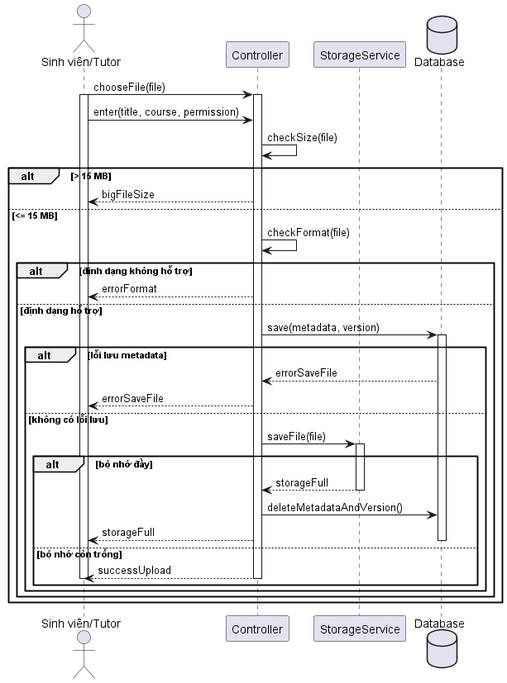
huynkien/Software_Engineering_Report keeps this PlantUML diagram as graphics/SequenceDiagram/Library/Seq_diagram_Upload.png. Above is the earlier version. Source of this version:
```plantuml
@startuml
actor       "Sinh viên/Tutor" as Actor
participant     "Controller"     as Controller
participant "StorageService"      as Collections
database    "Database"        as DB

Actor -> Controller ++: chooseFile(file)
activate Actor
Actor -> Controller: enter(title, course, permission)
Controller -> Controller : checkSize(file)
alt > 15 MB
    Controller --> Actor : bigFileSize
else <= 15 MB
    Controller -> Controller : checkFormat(file)
    alt định dạng không hỗ trợ
        Controller --> Actor : errorFormat
    else định dạng hỗ trợ
        Controller -> DB : save(metadata, version)
        activate DB
        alt lỗi lưu metadata
            DB --> Controller : errorSaveFile
            Controller --> Actor : errorSaveFile
        else không có lỗi lưu
            Controller -> Collections ++: saveFile(file)
            alt bộ nhớ đầy
                Collections --> Controller --: storageFull
                Controller ->  DB: deleteMetadataAndVersion()
                Controller --> Actor : storageFull
                deactivate DB
            else bộ nhớ còn trống
                Controller --> Actor --: successUpload
                deactivate Actor
            end
        end
    end
end
@enduml
```
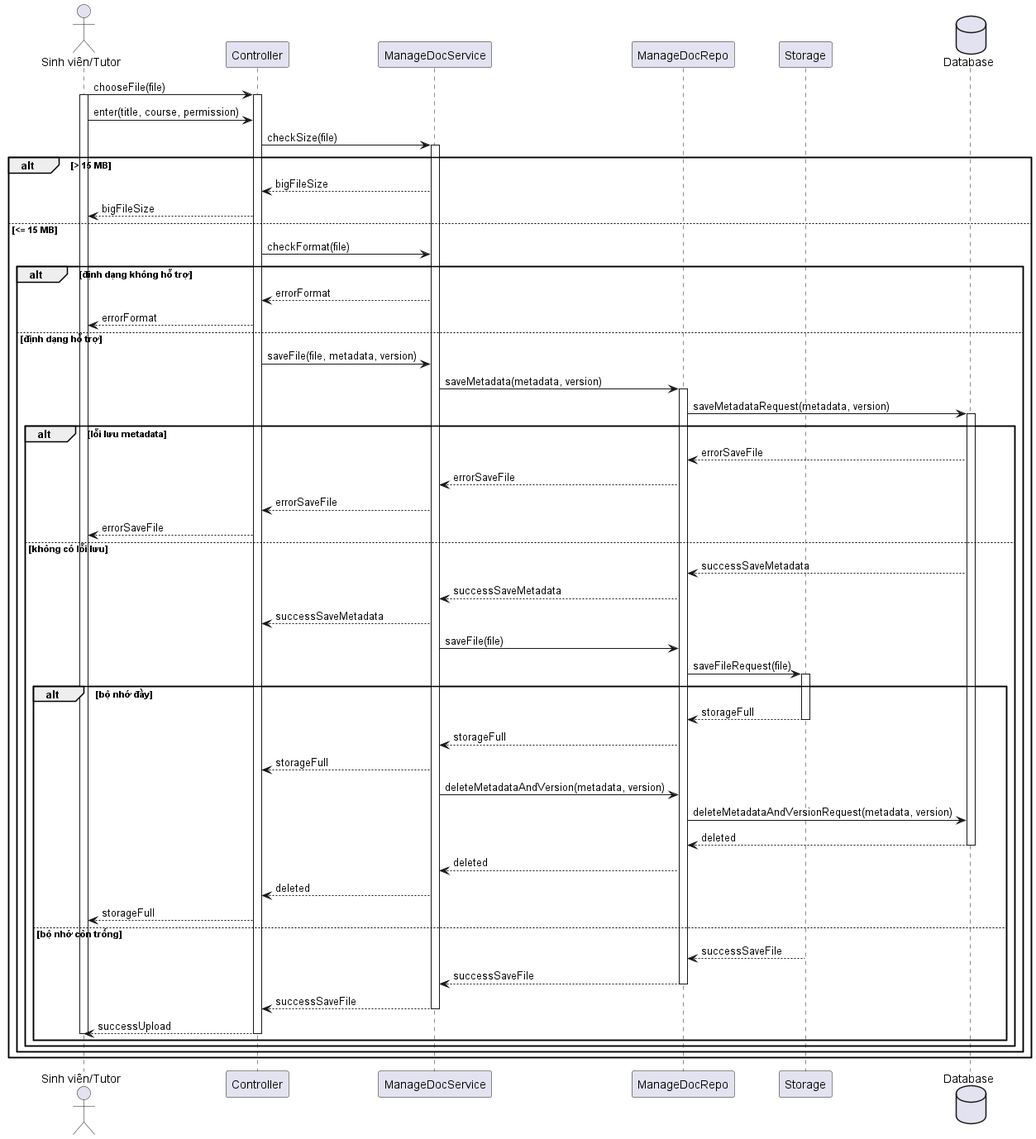
Above is the later version.

Commit message:
"Fix Seq_diagram_Download, Seq_diagram_SearchView, Seq_diagram_Upload images "

What changed in the source:
```diff
@@ -1,37 +1,57 @@
 @startuml
 actor       "Sinh viên/Tutor" as Actor
 participant     "Controller"     as Controller
-participant "StorageService"      as Collections
+participant "ManageDocService"      as Service
+participant "ManageDocRepo"      as Repo
+participant "Storage"      as Collections
 database    "Database"        as DB
 
 Actor -> Controller ++: chooseFile(file)
 activate Actor
 Actor -> Controller: enter(title, course, permission)
-Controller -> Controller : checkSize(file)
+Controller -> Service ++ : checkSize(file)
 alt > 15 MB
+    Service --> Controller : bigFileSize
     Controller --> Actor : bigFileSize
 else <= 15 MB
-    Controller -> Controller : checkFormat(file)
+    Controller -> Service  : checkFormat(file)
     alt định dạng không hỗ trợ
+        Service --> Controller : errorFormat
         Controller --> Actor : errorFormat
     else định dạng hỗ trợ
-        Controller -> DB : save(metadata, version)
-        activate DB
+        Controller -> Service : saveFile(file, metadata, version)
+        Service -> Repo ++: saveMetadata(metadata, version)
+        Repo -> DB ++: saveMetadataRequest(metadata, version)
         alt lỗi lưu metadata
-            DB --> Controller : errorSaveFile
+            DB --> Repo : errorSaveFile
+            Repo --> Service : errorSaveFile
+            Service --> Controller : errorSaveFile
             Controller --> Actor : errorSaveFile
         else không có lỗi lưu
-            Controller -> Collections ++: saveFile(file)
-            alt bộ nhớ đầy
-                Collections --> Controller --: storageFull
-                Controller ->  DB: deleteMetadataAndVersion()
+            DB --> Repo : successSaveMetadata
+            Repo --> Service : successSaveMetadata
+            Service --> Controller : successSaveMetadata
+            Service -> Repo : saveFile(file)
+            Repo -> Collections : saveFileRequest(file)
+            activate Collections
+             alt bộ nhớ đầy
+                Collections --> Repo --: storageFull
+                Repo --> Service : storageFull
+                Service --> Controller : storageFull
+                Service -> Repo : deleteMetadataAndVersion(metadata, version)
+                Repo -> DB : deleteMetadataAndVersionRequest(metadata, version)
+                DB --> Repo --: deleted
+                Repo --> Service : deleted
+                Service --> Controller : deleted
                 Controller --> Actor : storageFull
-                deactivate DB
             else bộ nhớ còn trống
+                Collections --> Repo --: successSaveFile
+                Repo --> Service --: successSaveFile
+                Service --> Controller --: successSaveFile
                 Controller --> Actor --: successUpload
                 deactivate Actor
             end
         end
-    end
-end
+     end
+ end
 @enduml
```
